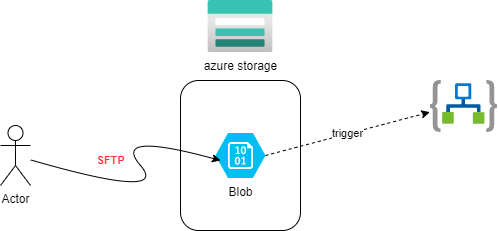
The draw.io diagram 01_BlobTrigger/logic_blob.png in APCt-okuyama/az-logic-apps-learn, before a commit. Source tidied: cells renumbered, new cells last; positions are measured from the earlier drawing's top-left corner, leaving out a move shared by most shapes.
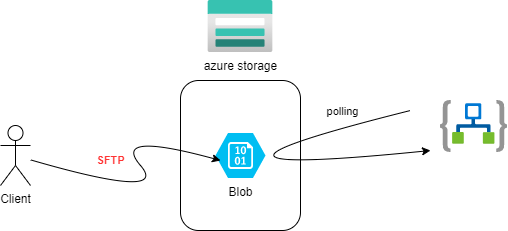
After the change.

Commit message:
add sample 02 logic apps

What changed in the source:
```diff
@@ -11,7 +11,7 @@
     <mxCell id="4" value="azure storage" style="html=1;align=center;image;fontSize=12;image=img/lib/azure2/storage/Storage_Accounts.svg;" parent="1" vertex="1">
       <mxGeometry x="207.5" width="65" height="52" as="geometry" />
     </mxCell>
-    <mxCell id="5" value="Actor" style="shape=umlActor;verticalLabelPosition=bottom;verticalAlign=top;html=1;outlineConnect=0;" parent="1" vertex="1">
+    <mxCell id="5" value="Client" style="shape=umlActor;verticalLabelPosition=bottom;verticalAlign=top;html=1;outlineConnect=0;" parent="1" vertex="1">
       <mxGeometry y="125" width="30" height="60" as="geometry" />
     </mxCell>
     <mxCell id="6" value="&lt;font color=&quot;#ff3333&quot;&gt;&lt;b&gt;SFTP&lt;/b&gt;&lt;/font&gt;" style="curved=1;endArrow=classic;html=1;" parent="1" edge="1" source="5">
@@ -24,10 +24,16 @@
       </mxGeometry>
     </mxCell>
     <mxCell id="7" style="html=1;points=[];align=center;image;fontSize=12;image=img/lib/azure2/integration/Logic_Apps.svg;" parent="1" vertex="1">
-      <mxGeometry x="430" y="80" width="67" height="52" as="geometry" />
+      <mxGeometry x="440" y="100" width="67" height="52" as="geometry" />
     </mxCell>
-    <mxCell id="8" value="trigger" style="endArrow=classic;html=1;exitX=1;exitY=0.5;exitDx=0;exitDy=0;entryX=-0.01;entryY=0.609;entryDx=0;entryDy=0;entryPerimeter=0;exitPerimeter=0;dashed=1;" parent="1" edge="1" source="3" target="7">
-      <mxGeometry relative="1" as="geometry" />
-    </mxCell>
+    <mxCell id="9" value="polling" style="curved=1;endArrow=classic;html=1;" parent="1" edge="1">
+      <mxGeometry x="-0.78" y="-15" relative="1" as="geometry">
+        <mxPoint x="410" y="110" as="sourcePoint" />
+        <mxPoint x="430" y="150" as="targetPoint" />
+        <Array as="points">
+          <mxPoint x="130" y="180" />
+        </Array>
+      </mxGeometry>
+    </mxCell>
   </root>
 </mxGraphModel>
```
